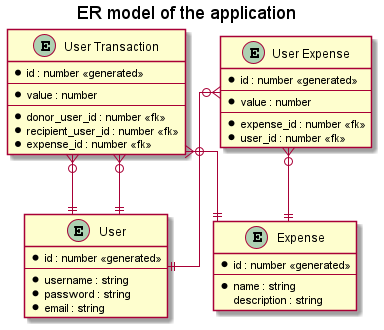
This is docs/img/er_model.png from szattila98/veryrezsi, a PlantUML export, as it was before one commit. Source of this version:
```plantuml
@startuml er_model
title ER model of the application
skinparam linetype ortho

entity "User" as user {
  * id : number <<generated>>
  ---
  * username : string
  * password : string
  * email : string
}

entity "Expense" as exp {
  * id : number <<generated>>
  ---
  * name : string
  description : string
}

entity "User Expense" as uexp {
  * id : number <<generated>>
  ---
  * value : number
  ---
  * expense_id : number <<fk>>
  * user_id : number <<fk>>
}

entity "User Transaction" as utran {
  * id : number <<generated>>
  ---
  * value : number
  ---
  * donor_user_id : number <<fk>>
  * recipient_user_id : number <<fk>>
  * expense_id : number <<fk>>
}

uexp }o--|| user
uexp }o--|| exp
utran }o--|| exp
utran }o--|| user
utran }o--|| user
@enduml
```
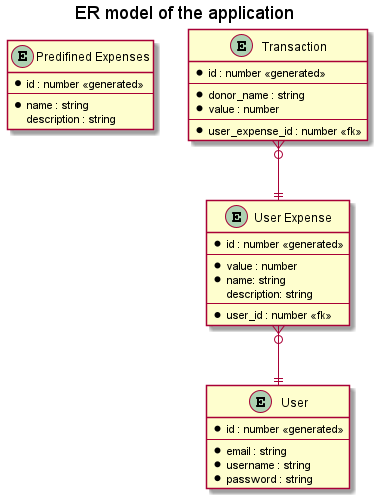
The same diagram one commit later.

What changed in the source:
```diff
@@ -2,43 +2,40 @@
 title ER model of the application
 skinparam linetype ortho
 
-entity "User" as user {
-  * id : number <<generated>>
-  ---
-  * username : string
-  * password : string
-  * email : string
-}
-
-entity "Expense" as exp {
+entity "Predifined Expenses" as pexp {
   * id : number <<generated>>
   ---
   * name : string
   description : string
 }
 
+entity "User" as user {
+  * id : number <<generated>>
+  ---
+  * email : string
+  * username : string
+  * password : string
+}
+
 entity "User Expense" as uexp {
   * id : number <<generated>>
   ---
   * value : number
+  * name: string
+  description: string
   ---
-  * expense_id : number <<fk>>
   * user_id : number <<fk>>
 }
 
-entity "User Transaction" as utran {
+entity "Transaction" as utran {
   * id : number <<generated>>
   ---
+  * donor_name : string
   * value : number
   ---
-  * donor_user_id : number <<fk>>
-  * recipient_user_id : number <<fk>>
-  * expense_id : number <<fk>>
+  * user_expense_id : number <<fk>>
 }
 
 uexp }o--|| user
-uexp }o--|| exp
-utran }o--|| exp
-utran }o--|| user
-utran }o--|| user
+utran }o--|| uexp
 @enduml
```
